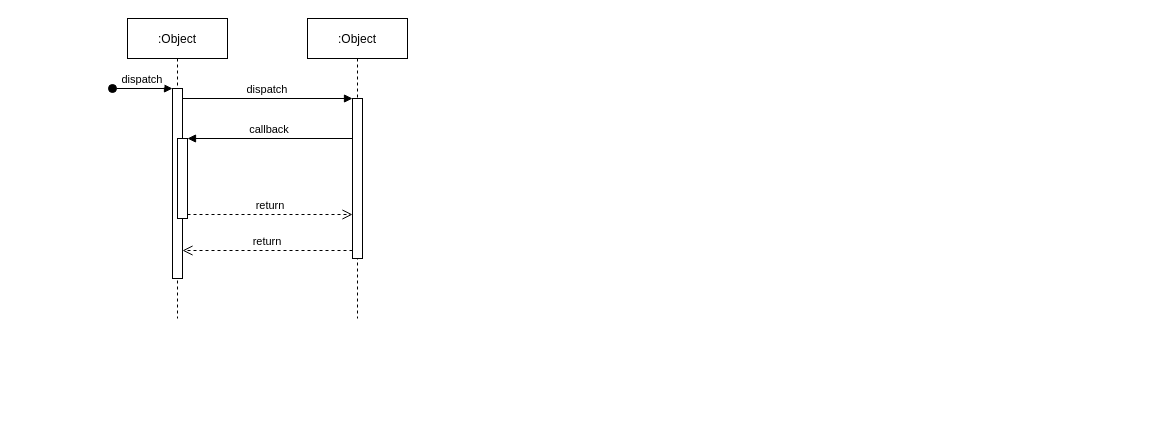
This is Untitled Diagram.drawio from theflyfish/my_draw, a draw.io file, before an edit. Source tidied: cells renumbered, new cells numbered last; positions are measured from the earlier drawing's top-left corner, leaving out a move shared by most shapes. Both pictures are drawn from the tidied source at 100%, with x=0, y=0 at pixel (112, 18).
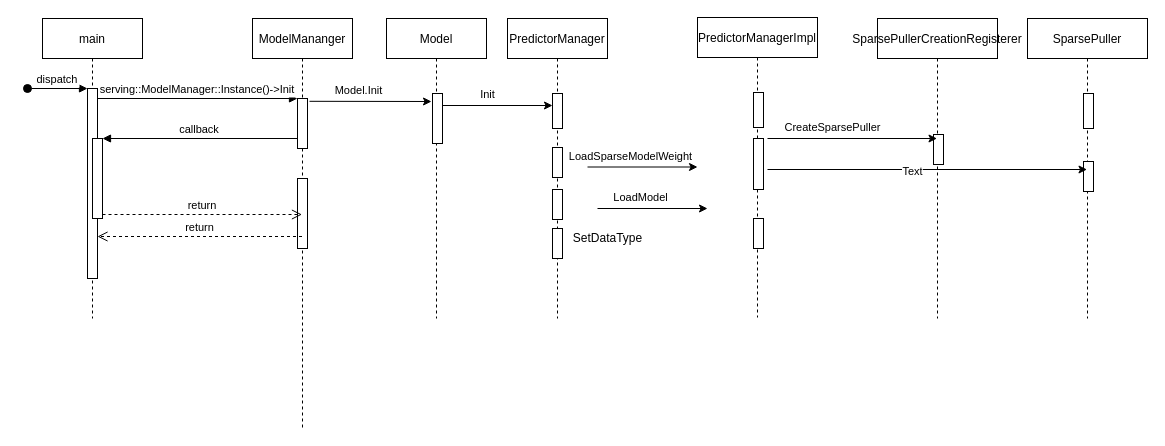
The same diagram, later.

The change refers to these unchanged cells:
```xml
<mxCell id="3" style="points=[];perimeter=orthogonalPerimeter;rounded=0;shadow=0;strokeWidth=1;" parent="2" vertex="1">
  <mxGeometry x="45" y="70" width="10" height="190" as="geometry" />
</mxCell>
<mxCell id="5" style="points=[];perimeter=orthogonalPerimeter;rounded=0;shadow=0;strokeWidth=1;" parent="2" vertex="1">
  <mxGeometry x="50" y="120" width="10" height="80" as="geometry" />
</mxCell>
```

What changed in the source:
```diff
@@
-    <mxCell id="2" value=":Object" style="shape=umlLifeline;perimeter=lifelinePerimeter;rounded=0;shadow=0;strokeWidth=1;" parent="1" vertex="1">
-      <mxGeometry x="15" width="100" height="300" as="geometry" />
+    <mxCell id="2" value="main" style="shape=umlLifeline;perimeter=lifelinePerimeter;rounded=0;shadow=0;strokeWidth=1;" parent="1" vertex="1">
+      <mxGeometry x="-70" width="100" height="300" as="geometry" />
     </mxCell>
@@
-    <mxCell id="6" value=":Object" style="shape=umlLifeline;perimeter=lifelinePerimeter;rounded=0;shadow=0;strokeWidth=1;" parent="1" vertex="1">
-      <mxGeometry x="195" width="100" height="300" as="geometry" />
+    <mxCell id="6" value="ModelMananger" style="shape=umlLifeline;perimeter=lifelinePerimeter;rounded=0;shadow=0;strokeWidth=1;" parent="1" vertex="1">
+      <mxGeometry x="140" width="100" height="410" as="geometry" />
     </mxCell>
     <mxCell id="7" style="points=[];perimeter=orthogonalPerimeter;rounded=0;shadow=0;strokeWidth=1;" parent="6" vertex="1">
-      <mxGeometry x="45" y="80" width="10" height="160" as="geometry" />
+      <mxGeometry x="45" y="80" width="10" height="50" as="geometry" />
     </mxCell>
+    <mxCell id="12" style="perimeter=orthogonalPerimeter;rounded=0;shadow=0;strokeWidth=1;" parent="6" vertex="1">
+      <mxGeometry x="45" y="160" width="10" height="70" as="geometry" />
+    </mxCell>
-    <mxCell id="8" value="return" style="verticalAlign=bottom;endArrow=open;dashed=1;endSize=8;exitX=0;exitY=0.95;shadow=0;strokeWidth=1;" parent="1" edge="1" source="7" target="3">
-      <mxGeometry relative="1" as="geometry" />
+    <mxCell id="8" value="return" style="verticalAlign=bottom;endArrow=open;dashed=1;endSize=8;shadow=0;strokeWidth=1;" parent="1" edge="1">
+      <mxGeometry relative="1" as="geometry">
+        <mxPoint x="189.5" y="218" as="sourcePoint" />
+        <mxPoint x="-15" y="218" as="targetPoint" />
+      </mxGeometry>
     </mxCell>
-    <mxCell id="9" value="dispatch" style="verticalAlign=bottom;endArrow=block;entryX=0;entryY=0;shadow=0;strokeWidth=1;" parent="1" edge="1" source="3" target="7">
+    <mxCell id="9" value="serving::ModelManager::Instance()-&gt;Init" style="verticalAlign=bottom;endArrow=block;entryX=0;entryY=0;shadow=0;strokeWidth=1;" parent="1" edge="1" source="3" target="7">
       <mxGeometry relative="1" as="geometry" />
     </mxCell>
@@
-    <mxCell id="11" value="return" style="verticalAlign=bottom;endArrow=open;dashed=1;endSize=8;exitX=1;exitY=0.95;shadow=0;strokeWidth=1;" parent="1" edge="1" source="5" target="7">
+    <mxCell id="11" value="return" style="verticalAlign=bottom;endArrow=open;dashed=1;endSize=8;exitX=1;exitY=0.95;shadow=0;strokeWidth=1;" parent="1" edge="1" source="5" target="6">
       <mxGeometry relative="1" as="geometry" />
     </mxCell>
+    <mxCell id="13" value="Model" style="shape=umlLifeline;perimeter=lifelinePerimeter;rounded=0;shadow=0;strokeWidth=1;" parent="1" vertex="1">
+      <mxGeometry x="274" width="100" height="300" as="geometry" />
+    </mxCell>
+    <mxCell id="14" style="perimeter=orthogonalPerimeter;rounded=0;shadow=0;strokeWidth=1;" parent="13" vertex="1">
+      <mxGeometry x="46" y="75" width="10" height="50" as="geometry" />
+    </mxCell>
+    <mxCell id="15" style="endArrow=classic;html=1;exitX=0.53;exitY=0.202;exitDx=0;exitDy=0;exitPerimeter=0;" parent="1" edge="1">
+      <mxGeometry relative="1" as="geometry">
+        <mxPoint x="197" y="82.8" as="sourcePoint" />
+        <mxPoint x="319" y="83" as="targetPoint" />
+      </mxGeometry>
+    </mxCell>
+    <mxCell id="16" value="Model.Init" style="edgeLabel;html=1;align=center;verticalAlign=bottom;" parent="15" vertex="1">
+      <mxGeometry x="-0.41" y="2" relative="1" as="geometry">
+        <mxPoint x="12" y="-0.9" as="offset" />
+      </mxGeometry>
+    </mxCell>
+    <mxCell id="17" value="PredictorManager" style="shape=umlLifeline;perimeter=lifelinePerimeter;rounded=0;shadow=0;strokeWidth=1;" parent="1" vertex="1">
+      <mxGeometry x="395" width="100" height="300" as="geometry" />
+    </mxCell>
+    <mxCell id="18" style="perimeter=orthogonalPerimeter;rounded=0;shadow=0;strokeWidth=1;" parent="17" vertex="1">
+      <mxGeometry x="45" y="75" width="10" height="35" as="geometry" />
+    </mxCell>
+    <mxCell id="19" style="perimeter=orthogonalPerimeter;rounded=0;shadow=0;strokeWidth=1;" parent="17" vertex="1">
+      <mxGeometry x="45" y="129" width="10" height="30" as="geometry" />
+    </mxCell>
+    <mxCell id="20" style="perimeter=orthogonalPerimeter;rounded=0;shadow=0;strokeWidth=1;" parent="17" vertex="1">
+      <mxGeometry x="45" y="171" width="10" height="30" as="geometry" />
+    </mxCell>
+    <mxCell id="21" style="perimeter=orthogonalPerimeter;rounded=0;shadow=0;strokeWidth=1;" parent="17" vertex="1">
+      <mxGeometry x="45" y="210" width="10" height="30" as="geometry" />
+    </mxCell>
+    <mxCell id="22" style="endArrow=classic;html=1;exitX=0.53;exitY=0.202;exitDx=0;exitDy=0;exitPerimeter=0;" parent="1" edge="1">
+      <mxGeometry relative="1" as="geometry">
+        <mxPoint x="330" y="87" as="sourcePoint" />
+        <mxPoint x="440" y="87" as="targetPoint" />
+      </mxGeometry>
+    </mxCell>
+    <mxCell id="23" value="Init" style="edgeLabel;html=1;align=center;verticalAlign=bottom;" parent="22" vertex="1">
+      <mxGeometry x="-0.41" y="2" relative="1" as="geometry">
+        <mxPoint x="12" y="-0.9" as="offset" />
+      </mxGeometry>
+    </mxCell>
+    <mxCell id="24" value="SetDataType" style="text;html=1;align=center;verticalAlign=middle;" parent="1" vertex="1">
+      <mxGeometry x="455" y="210" width="80" height="20" as="geometry" />
+    </mxCell>
+    <mxCell id="25" value="SparsePullerCreationRegisterer" style="shape=umlLifeline;perimeter=lifelinePerimeter;rounded=0;shadow=0;strokeWidth=1;" parent="1" vertex="1">
+      <mxGeometry x="765" width="120" height="300" as="geometry" />
+    </mxCell>
+    <mxCell id="26" style="perimeter=orthogonalPerimeter;rounded=0;shadow=0;strokeWidth=1;" parent="25" vertex="1">
+      <mxGeometry x="56" y="116" width="10" height="30" as="geometry" />
+    </mxCell>
+    <mxCell id="27" value="PredictorManagerImpl" style="shape=umlLifeline;perimeter=lifelinePerimeter;rounded=0;shadow=0;strokeWidth=1;" parent="1" vertex="1">
+      <mxGeometry x="585" y="-1" width="120" height="300" as="geometry" />
+    </mxCell>
+    <mxCell id="28" style="perimeter=orthogonalPerimeter;rounded=0;shadow=0;strokeWidth=1;" parent="27" vertex="1">
+      <mxGeometry x="56" y="75" width="10" height="35" as="geometry" />
+    </mxCell>
+    <mxCell id="29" style="perimeter=orthogonalPerimeter;rounded=0;shadow=0;strokeWidth=1;" parent="27" vertex="1">
+      <mxGeometry x="56" y="121" width="10" height="51" as="geometry" />
+    </mxCell>
+    <mxCell id="30" style="perimeter=orthogonalPerimeter;rounded=0;shadow=0;strokeWidth=1;" parent="27" vertex="1">
+      <mxGeometry x="56" y="201" width="10" height="30" as="geometry" />
+    </mxCell>
+    <mxCell id="31" value="SparsePuller" style="shape=umlLifeline;perimeter=lifelinePerimeter;rounded=0;shadow=0;strokeWidth=1;" parent="1" vertex="1">
+      <mxGeometry x="915" width="120" height="300" as="geometry" />
+    </mxCell>
+    <mxCell id="32" style="perimeter=orthogonalPerimeter;rounded=0;shadow=0;strokeWidth=1;" parent="31" vertex="1">
+      <mxGeometry x="56" y="75" width="10" height="35" as="geometry" />
+    </mxCell>
+    <mxCell id="33" style="perimeter=orthogonalPerimeter;rounded=0;shadow=0;strokeWidth=1;" parent="31" vertex="1">
+      <mxGeometry x="56" y="143" width="10" height="30" as="geometry" />
+    </mxCell>
+    <mxCell id="34" style="endArrow=classic;html=1;exitX=0.53;exitY=0.202;exitDx=0;exitDy=0;exitPerimeter=0;" parent="1" edge="1">
+      <mxGeometry relative="1" as="geometry">
+        <mxPoint x="475" y="148.5" as="sourcePoint" />
+        <mxPoint x="585" y="148.5" as="targetPoint" />
+      </mxGeometry>
+    </mxCell>
+    <mxCell id="35" value="&lt;span style=&quot;font-family: &amp;#34;helvetica&amp;#34; ; text-align: left&quot;&gt;LoadSparseModelWeight&lt;/span&gt;" style="edgeLabel;html=1;align=center;verticalAlign=bottom;" parent="34" vertex="1">
+      <mxGeometry x="-0.24" y="4" relative="1" as="geometry">
+        <mxPoint y="1" as="offset" />
+      </mxGeometry>
+    </mxCell>
+    <mxCell id="36" style="endArrow=classic;html=1;" parent="1" edge="1">
+      <mxGeometry relative="1" as="geometry">
+        <mxPoint x="655" y="120" as="sourcePoint" />
+        <mxPoint x="824.5" y="120" as="targetPoint" />
+      </mxGeometry>
+    </mxCell>
+    <mxCell id="37" value="CreateSparsePuller" style="edgeLabel;align=center;verticalAlign=bottom;labelBackgroundColor=#ffffff;html=1;" parent="36" vertex="1">
+      <mxGeometry x="-0.24" y="4" relative="1" as="geometry">
+        <mxPoint y="1" as="offset" />
+      </mxGeometry>
+    </mxCell>
+    <mxCell id="38" style="endArrow=classic;html=1;exitX=0.53;exitY=0.202;exitDx=0;exitDy=0;exitPerimeter=0;" parent="1" edge="1">
+      <mxGeometry relative="1" as="geometry">
+        <mxPoint x="485" y="190" as="sourcePoint" />
+        <mxPoint x="595" y="190" as="targetPoint" />
+      </mxGeometry>
+    </mxCell>
+    <mxCell id="39" value="&lt;span style=&quot;font-family: &amp;#34;helvetica&amp;#34; ; text-align: left&quot;&gt;LoadModel&lt;/span&gt;" style="edgeLabel;html=1;align=center;verticalAlign=bottom;" parent="38" vertex="1">
+      <mxGeometry x="-0.24" y="4" relative="1" as="geometry">
+        <mxPoint y="1" as="offset" />
+      </mxGeometry>
+    </mxCell>
+    <mxCell id="40" style="endArrow=classic;html=1;exitX=0.53;exitY=0.202;exitDx=0;exitDy=0;exitPerimeter=0;" parent="1" edge="1">
+      <mxGeometry relative="1" as="geometry">
+        <mxPoint x="655" y="151" as="sourcePoint" />
+        <mxPoint x="974.5" y="151" as="targetPoint" />
+      </mxGeometry>
+    </mxCell>
+    <mxCell id="41" value="Text" style="edgeLabel;html=1;align=center;verticalAlign=middle;fontColor=#000000;" parent="40" vertex="1">
+      <mxGeometry x="-0.1" y="-1" relative="1" as="geometry" />
+    </mxCell>
```
